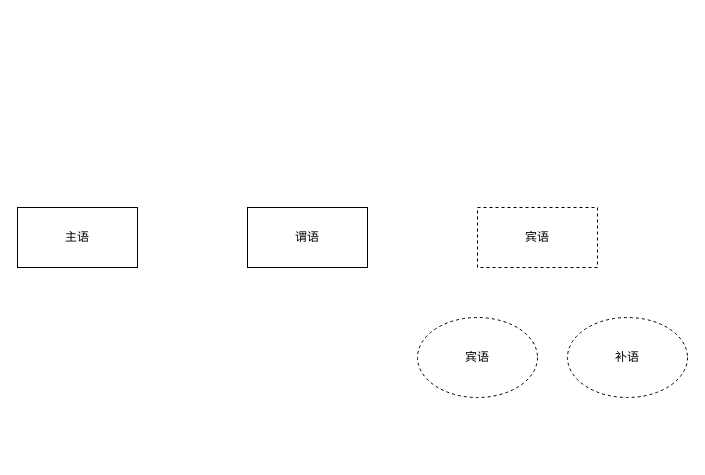
Earlier version of the draw.io diagram 英语语法体系.drawio (qinpegnsen/drawio_folder). Source tidied: cells renumbered, new cells numbered last; positions are measured from the earlier drawing's top-left corner, leaving out a move shared by most shapes. Both pictures are drawn from the tidied source at 100%, with x=0, y=0 at pixel (17, 207).
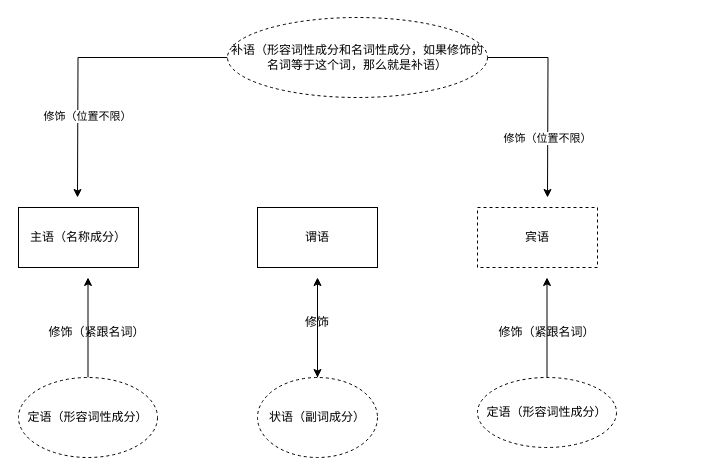
After the change.

Commit message:
更新英语语法体系.drawio

Diff of the diagram source:
```diff
@@
-    <mxCell id="2" value="主语" style="rounded=0;whiteSpace=wrap;html=1;" parent="1" vertex="1">
-      <mxGeometry width="120" height="60" as="geometry" />
+    <mxCell id="2" value="主语（名称成分）" style="rounded=0;whiteSpace=wrap;html=1;" parent="1" vertex="1">
+      <mxGeometry x="1" width="120" height="60" as="geometry" />
     </mxCell>
     <mxCell id="3" value="谓语" style="rounded=0;whiteSpace=wrap;html=1;" parent="1" vertex="1">
-      <mxGeometry x="230" width="120" height="60" as="geometry" />
+      <mxGeometry x="240" width="120" height="60" as="geometry" />
     </mxCell>
@@
+    <mxCell id="7" value="修饰（位置不限）" style="edgeStyle=orthogonalEdgeStyle;rounded=0;jettySize=auto;html=1;" parent="1" edge="1" source="5">
+      <mxGeometry x="0.44" y="10" relative="1" as="geometry">
+        <mxPoint x="60" y="-10" as="targetPoint" />
+      </mxGeometry>
+    </mxCell>
+    <mxCell id="8" value="修饰（位置不限）" style="edgeStyle=orthogonalEdgeStyle;rounded=0;jettySize=auto;html=1;" parent="1" edge="1" source="5">
+      <mxGeometry x="0.42" relative="1" as="geometry">
+        <mxPoint x="530" y="-10" as="targetPoint" />
+      </mxGeometry>
+    </mxCell>
-    <mxCell id="5" value="宾语" style="ellipse;whiteSpace=wrap;html=1;dashed=1;" parent="1" vertex="1">
-      <mxGeometry x="400" y="110" width="120" height="80" as="geometry" />
+    <mxCell id="5" value="补语（形容词性成分和名词性成分，如果修饰的名词等于这个词，那么就是补语）" style="ellipse;whiteSpace=wrap;html=1;dashed=1;" parent="1" vertex="1">
+      <mxGeometry x="210" y="-190" width="260" height="80" as="geometry" />
     </mxCell>
+    <mxCell id="9" style="edgeStyle=orthogonalEdgeStyle;rounded=0;jettySize=auto;html=1;" parent="1" edge="1" source="6">
+      <mxGeometry relative="1" as="geometry">
+        <mxPoint x="300" y="70" as="targetPoint" />
+      </mxGeometry>
+    </mxCell>
-    <mxCell id="6" value="补语" style="ellipse;whiteSpace=wrap;html=1;dashed=1;" parent="1" vertex="1">
-      <mxGeometry x="550" y="110" width="120" height="80" as="geometry" />
+    <mxCell id="6" value="状语（副词成分）" style="ellipse;whiteSpace=wrap;html=1;dashed=1;" parent="1" vertex="1">
+      <mxGeometry x="240" y="170" width="120" height="80" as="geometry" />
     </mxCell>
+    <mxCell id="10" style="edgeStyle=orthogonalEdgeStyle;rounded=0;jettySize=auto;html=1;" parent="1" edge="1" source="11">
+      <mxGeometry relative="1" as="geometry">
+        <mxPoint x="70.5" y="70" as="targetPoint" />
+      </mxGeometry>
+    </mxCell>
+    <mxCell id="11" value="定语（形容词性成分）" style="ellipse;whiteSpace=wrap;html=1;dashed=1;" parent="1" vertex="1">
+      <mxGeometry x="1" y="170" width="139" height="80" as="geometry" />
+    </mxCell>
+    <mxCell id="12" style="edgeStyle=orthogonalEdgeStyle;rounded=0;jettySize=auto;html=1;" parent="1" edge="1" source="13">
+      <mxGeometry relative="1" as="geometry">
+        <mxPoint x="529.5" y="70" as="targetPoint" />
+      </mxGeometry>
+    </mxCell>
+    <mxCell id="13" value="定语（形容词性成分）" style="ellipse;whiteSpace=wrap;html=1;dashed=1;" parent="1" vertex="1">
+      <mxGeometry x="460" y="170" width="139" height="70" as="geometry" />
+    </mxCell>
+    <mxCell id="14" value="修饰（紧跟名词）" style="text;strokeColor=none;align=center;fillColor=none;html=1;verticalAlign=middle;whiteSpace=wrap;rounded=0;" parent="1" vertex="1">
+      <mxGeometry x="30" y="110" width="98.5" height="30" as="geometry" />
+    </mxCell>
+    <mxCell id="15" style="edgeStyle=orthogonalEdgeStyle;rounded=0;jettySize=auto;html=1;" parent="1" edge="1" source="16" target="6">
+      <mxGeometry relative="1" as="geometry" />
+    </mxCell>
+    <mxCell id="16" value="修饰" style="text;strokeColor=none;align=center;fillColor=none;html=1;verticalAlign=middle;whiteSpace=wrap;rounded=0;" parent="1" vertex="1">
+      <mxGeometry x="270" y="100" width="60" height="30" as="geometry" />
+    </mxCell>
+    <mxCell id="17" value="修饰（紧跟名词）" style="text;strokeColor=none;align=center;fillColor=none;html=1;verticalAlign=middle;whiteSpace=wrap;rounded=0;" parent="1" vertex="1">
+      <mxGeometry x="480.2" y="110" width="98.5" height="30" as="geometry" />
+    </mxCell>
```
